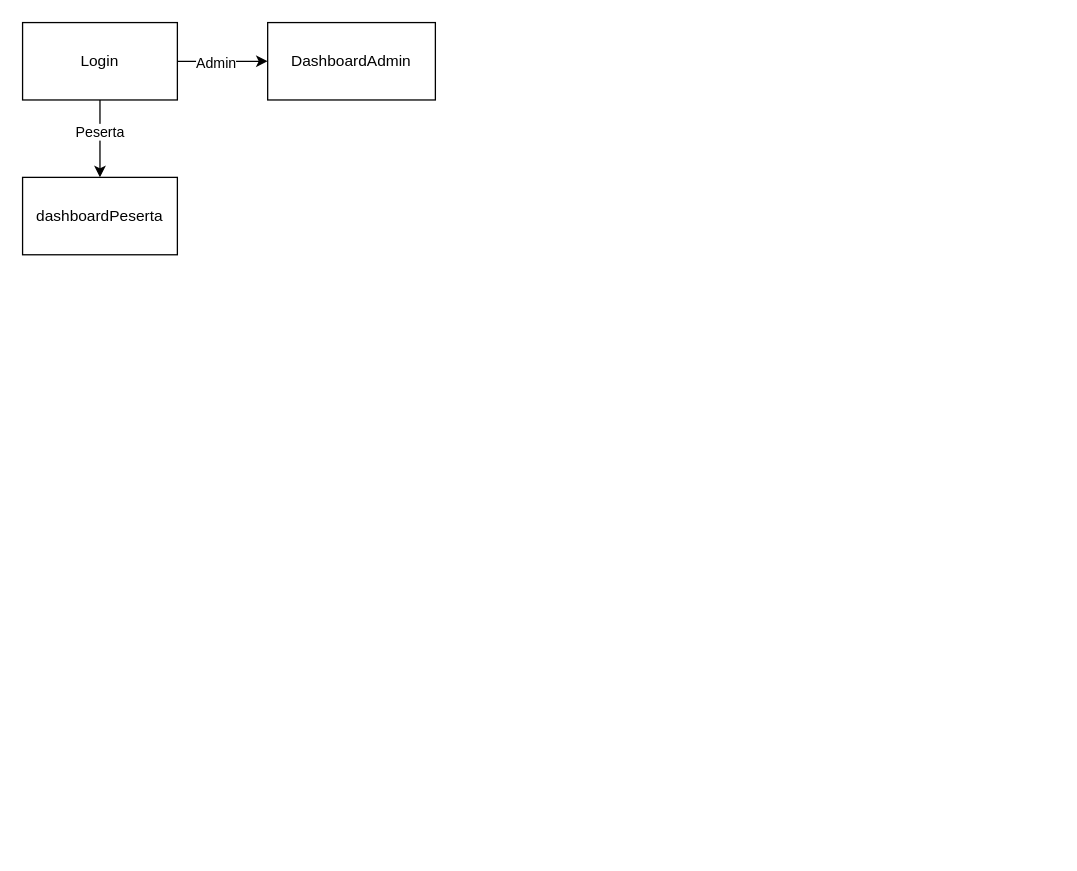
This is [CATATAN]/bisnisProsesUjianCbt.drawio from Reynaldi1912/CBTOlimpiadeHMPS_Pendidikan_IPS_FIS_UM, a draw.io file, before an edit. Source tidied: cells renumbered, new cells numbered last; positions are measured from the earlier drawing's top-left corner, leaving out a move shared by most shapes. Both pictures are drawn from the tidied source at 129%, with x=0, y=0 at pixel (22, 22).
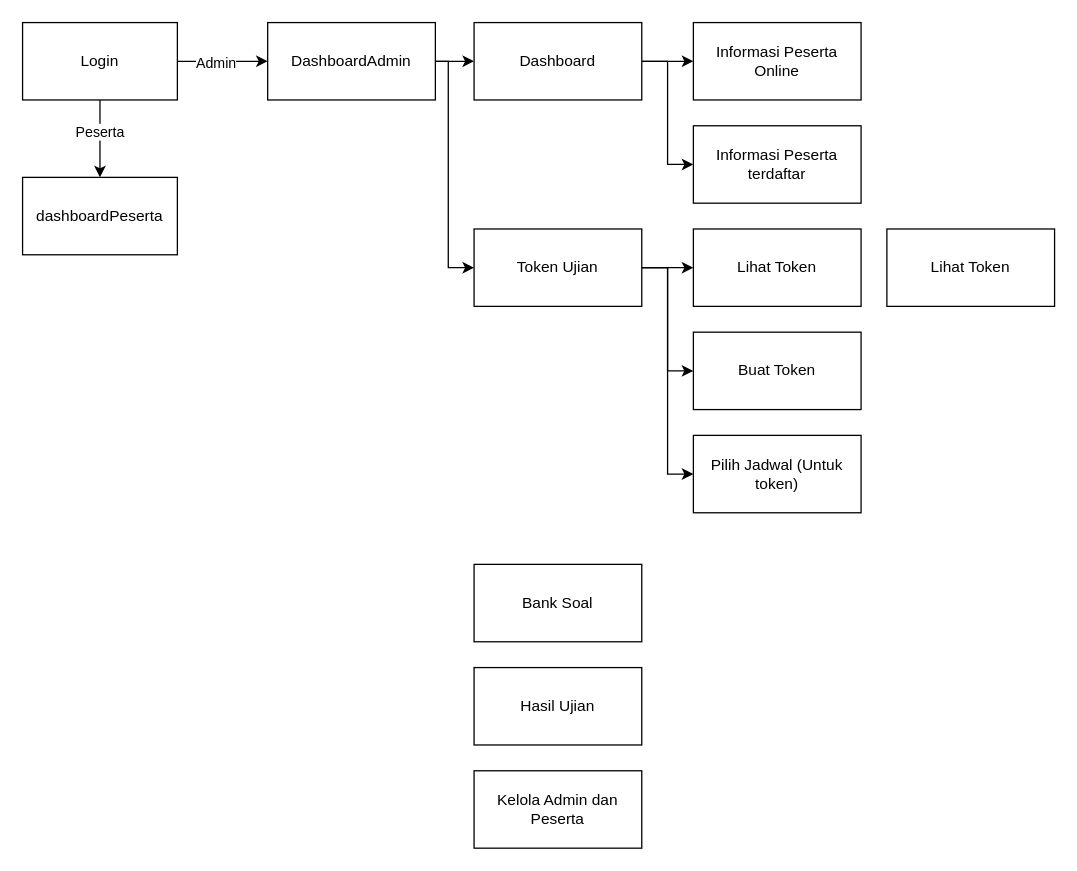
The same diagram, later.

The change refers to these unchanged cells:
```xml
<mxCell id="7" value="DashboardAdmin" style="rounded=0;whiteSpace=wrap;html=1;" parent="1" vertex="1">
  <mxGeometry x="190" width="130" height="60" as="geometry" />
</mxCell>
```

The edit, as a diff of the source:
```diff
@@
+    <mxCell id="9" style="edgeStyle=orthogonalEdgeStyle;rounded=0;jettySize=auto;html=1;" parent="1" edge="1" source="7" target="13">
+      <mxGeometry relative="1" as="geometry" />
+    </mxCell>
+    <mxCell id="10" style="edgeStyle=orthogonalEdgeStyle;rounded=0;jettySize=auto;html=1;entryX=0;entryY=0.5;entryDx=0;entryDy=0;" parent="1" edge="1" source="7" target="17">
+      <mxGeometry relative="1" as="geometry">
+        <Array as="points">
+          <mxPoint x="330" y="30" />
+          <mxPoint x="330" y="190" />
+        </Array>
+      </mxGeometry>
+    </mxCell>
@@
+    <mxCell id="11" style="edgeStyle=orthogonalEdgeStyle;rounded=0;jettySize=auto;html=1;" parent="1" edge="1" source="13" target="21">
+      <mxGeometry relative="1" as="geometry" />
+    </mxCell>
+    <mxCell id="12" style="edgeStyle=orthogonalEdgeStyle;rounded=0;jettySize=auto;html=1;entryX=0;entryY=0.5;entryDx=0;entryDy=0;" parent="1" edge="1" source="13" target="22">
+      <mxGeometry relative="1" as="geometry">
+        <Array as="points">
+          <mxPoint x="500" y="30" />
+          <mxPoint x="500" y="110" />
+        </Array>
+      </mxGeometry>
+    </mxCell>
+    <mxCell id="13" value="Dashboard" style="rounded=0;whiteSpace=wrap;html=1;" parent="1" vertex="1">
+      <mxGeometry x="350" width="130" height="60" as="geometry" />
+    </mxCell>
+    <mxCell id="14" style="edgeStyle=orthogonalEdgeStyle;rounded=0;jettySize=auto;html=1;" parent="1" edge="1" source="17" target="23">
+      <mxGeometry relative="1" as="geometry" />
+    </mxCell>
+    <mxCell id="15" style="edgeStyle=orthogonalEdgeStyle;rounded=0;jettySize=auto;html=1;entryX=0;entryY=0.5;entryDx=0;entryDy=0;" parent="1" edge="1" source="17" target="24">
+      <mxGeometry relative="1" as="geometry" />
+    </mxCell>
+    <mxCell id="16" style="edgeStyle=orthogonalEdgeStyle;rounded=0;jettySize=auto;html=1;entryX=0;entryY=0.5;entryDx=0;entryDy=0;" parent="1" edge="1" source="17" target="25">
+      <mxGeometry relative="1" as="geometry" />
+    </mxCell>
+    <mxCell id="17" value="Token Ujian" style="rounded=0;whiteSpace=wrap;html=1;" parent="1" vertex="1">
+      <mxGeometry x="350" y="160" width="130" height="60" as="geometry" />
+    </mxCell>
+    <mxCell id="18" value="Bank Soal" style="rounded=0;whiteSpace=wrap;html=1;" parent="1" vertex="1">
+      <mxGeometry x="350" y="420" width="130" height="60" as="geometry" />
+    </mxCell>
+    <mxCell id="19" value="Hasil Ujian" style="rounded=0;whiteSpace=wrap;html=1;" parent="1" vertex="1">
+      <mxGeometry x="350" y="500" width="130" height="60" as="geometry" />
+    </mxCell>
+    <mxCell id="20" value="Kelola Admin dan Peserta" style="rounded=0;whiteSpace=wrap;html=1;" parent="1" vertex="1">
+      <mxGeometry x="350" y="580" width="130" height="60" as="geometry" />
+    </mxCell>
+    <mxCell id="21" value="Informasi Peserta Online" style="rounded=0;whiteSpace=wrap;html=1;" parent="1" vertex="1">
+      <mxGeometry x="520" width="130" height="60" as="geometry" />
+    </mxCell>
+    <mxCell id="22" value="Informasi Peserta terdaftar" style="rounded=0;whiteSpace=wrap;html=1;" parent="1" vertex="1">
+      <mxGeometry x="520" y="80" width="130" height="60" as="geometry" />
+    </mxCell>
+    <mxCell id="23" value="Lihat Token" style="rounded=0;whiteSpace=wrap;html=1;" parent="1" vertex="1">
+      <mxGeometry x="520" y="160" width="130" height="60" as="geometry" />
+    </mxCell>
+    <mxCell id="24" value="Buat Token" style="rounded=0;whiteSpace=wrap;html=1;" parent="1" vertex="1">
+      <mxGeometry x="520" y="240" width="130" height="60" as="geometry" />
+    </mxCell>
+    <mxCell id="25" value="Pilih Jadwal (Untuk token)" style="rounded=0;whiteSpace=wrap;html=1;" parent="1" vertex="1">
+      <mxGeometry x="520" y="320" width="130" height="60" as="geometry" />
+    </mxCell>
+    <mxCell id="26" value="Lihat Token" style="rounded=0;whiteSpace=wrap;html=1;" parent="1" vertex="1">
+      <mxGeometry x="670" y="160" width="130" height="60" as="geometry" />
+    </mxCell>
```
